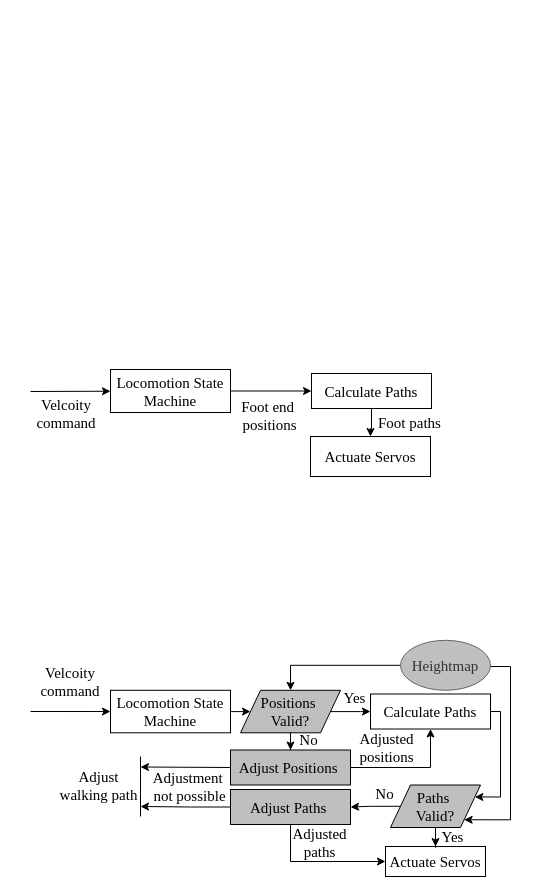
This is page "SysDiffBlock" (9 of 16) of figs/Diagrams.drawio from EpEpDragon/MThesis, a draw.io file, before an edit. Source tidied: cells renumbered, new cells numbered last; positions are measured from the earlier drawing's top-left corner, leaving out a move shared by most shapes. Both pictures are drawn from the tidied source at 100%, with x=0, y=0 at pixel (30, 369).
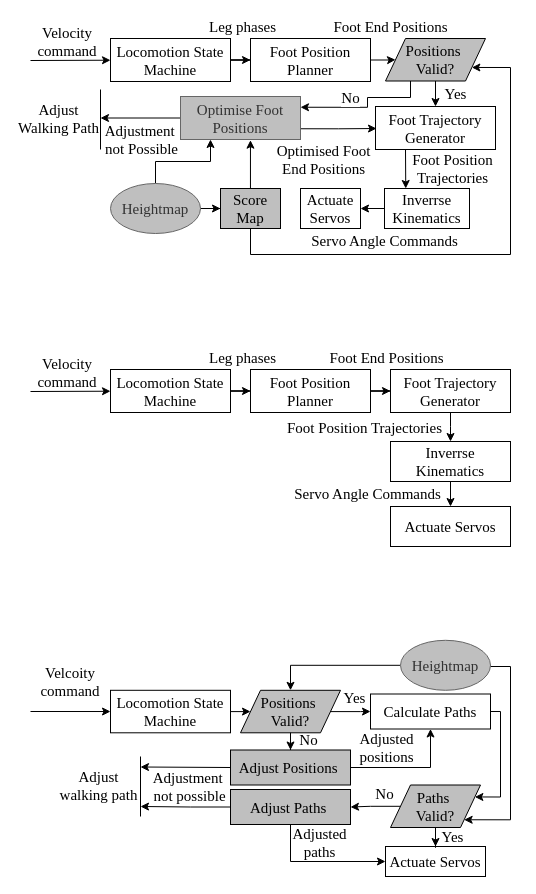
The same page after the edit.

The change refers to these unchanged cells:
```xml
<mxCell id="6" value="Locomotion State Machine" style="rounded=0;whiteSpace=wrap;html=1;align=center;verticalAlign=middle;fontFamily=Times New Roman;fontSize=15;fontColor=default;fillColor=none;gradientColor=none;" parent="1" vertex="1">
  <mxGeometry x="80" width="120" height="43" as="geometry" />
</mxCell>
```

The edit, as a diff of the source:
```diff
@@
-    <mxCell id="3" value="Velcoity command" style="text;html=1;align=center;verticalAlign=middle;whiteSpace=wrap;rounded=0;fontFamily=Times New Roman;fontSize=15;fontColor=default;" parent="1" vertex="1">
-      <mxGeometry x="6" y="29" width="60" height="30" as="geometry" />
+    <mxCell id="3" value="Velocity command" style="text;html=1;align=center;verticalAlign=middle;whiteSpace=wrap;rounded=0;fontFamily=Times New Roman;fontSize=15;fontColor=default;" parent="1" vertex="1">
+      <mxGeometry x="7" y="-12" width="60" height="30" as="geometry" />
     </mxCell>
-    <mxCell id="4" style="edgeStyle=orthogonalEdgeStyle;rounded=0;jettySize=auto;html=1;fontFamily=Times New Roman;fontSize=15;fontColor=default;" parent="1" edge="1" source="6" target="9">
-      <mxGeometry relative="1" as="geometry" />
-    </mxCell>
-    <mxCell id="5" value="Foot end&amp;nbsp;&lt;div&gt;positions&lt;/div&gt;" style="edgeLabel;html=1;align=center;verticalAlign=middle;rounded=0;fontFamily=Times New Roman;fontSize=15;fontColor=default;fillColor=none;gradientColor=none;" parent="4" vertex="1">
-      <mxGeometry x="0.28" relative="1" as="geometry">
-        <mxPoint x="-14" y="24" as="offset" />
-      </mxGeometry>
-    </mxCell>
+    <mxCell id="42" style="edgeStyle=orthogonalEdgeStyle;rounded=0;jettySize=auto;html=1;fontFamily=Times New Roman;fontSize=15;fontColor=default;" parent="1" edge="1" source="6" target="48">
+      <mxGeometry relative="1" as="geometry" />
+    </mxCell>
+    <mxCell id="43" value="Leg phases" style="edgeLabel;html=1;align=center;verticalAlign=middle;rounded=0;strokeColor=default;fontFamily=Times New Roman;fontSize=15;fontColor=default;fillColor=none;gradientColor=none;" parent="42" vertex="1">
+      <mxGeometry x="0.64" relative="1" as="geometry">
+        <mxPoint x="2" y="-34" as="offset" />
+      </mxGeometry>
+    </mxCell>
@@
-    <mxCell id="7" style="edgeStyle=orthogonalEdgeStyle;rounded=0;jettySize=auto;html=1;fontFamily=Times New Roman;fontSize=15;fontColor=default;" parent="1" edge="1" source="9" target="10">
-      <mxGeometry relative="1" as="geometry" />
-    </mxCell>
-    <mxCell id="8" value="Foot paths" style="edgeLabel;html=1;align=center;verticalAlign=middle;rounded=0;fontFamily=Times New Roman;fontSize=15;fontColor=default;fillColor=none;gradientColor=none;" parent="7" vertex="1">
-      <mxGeometry x="0.15" y="-1" relative="1" as="geometry">
-        <mxPoint x="38" y="-4" as="offset" />
-      </mxGeometry>
-    </mxCell>
-    <mxCell id="9" value="Calculate Paths" style="whiteSpace=wrap;html=1;fontSize=15;fontFamily=Times New Roman;fillColor=none;rounded=0;gradientColor=none;" parent="1" vertex="1">
-      <mxGeometry x="281" y="4" width="120" height="35" as="geometry" />
-    </mxCell>
+    <mxCell id="44" style="edgeStyle=orthogonalEdgeStyle;rounded=0;jettySize=auto;html=1;fontFamily=Times New Roman;fontSize=15;fontColor=default;" parent="1" edge="1" source="10" target="52">
+      <mxGeometry relative="1" as="geometry">
+        <Array as="points">
+          <mxPoint x="420" y="107" />
+          <mxPoint x="420" y="107" />
+        </Array>
+      </mxGeometry>
+    </mxCell>
+    <mxCell id="45" value="Servo Angle Commands" style="edgeLabel;html=1;align=center;verticalAlign=middle;rounded=0;strokeColor=default;fontFamily=Times New Roman;fontSize=15;fontColor=default;fillColor=none;gradientColor=none;" parent="44" vertex="1">
+      <mxGeometry x="-0.11" y="-1" relative="1" as="geometry">
+        <mxPoint x="-83" as="offset" />
+      </mxGeometry>
+    </mxCell>
-    <mxCell id="10" value="Actuate Servos" style="whiteSpace=wrap;html=1;fontSize=15;fontFamily=Times New Roman;fillColor=none;rounded=0;gradientColor=none;" parent="1" vertex="1">
-      <mxGeometry x="280" y="67" width="120" height="40" as="geometry" />
+    <mxCell id="10" value="Inverrse Kinematics" style="whiteSpace=wrap;html=1;fontSize=15;fontFamily=Times New Roman;fillColor=none;rounded=0;gradientColor=none;" parent="1" vertex="1">
+      <mxGeometry x="360" y="72" width="120" height="40" as="geometry" />
     </mxCell>
@@
+    <mxCell id="46" style="edgeStyle=orthogonalEdgeStyle;rounded=0;jettySize=auto;html=1;fontFamily=Times New Roman;fontSize=15;fontColor=default;" parent="1" edge="1" source="48" target="51">
+      <mxGeometry relative="1" as="geometry" />
+    </mxCell>
+    <mxCell id="47" value="Foot End Positions" style="edgeLabel;html=1;align=center;verticalAlign=middle;rounded=0;strokeColor=default;fontFamily=Times New Roman;fontSize=15;fontColor=default;fillColor=none;gradientColor=none;" parent="46" vertex="1">
+      <mxGeometry x="0.07" y="2" relative="1" as="geometry">
+        <mxPoint x="7" y="-36" as="offset" />
+      </mxGeometry>
+    </mxCell>
+    <mxCell id="48" value="Foot Position Planner" style="rounded=0;whiteSpace=wrap;html=1;align=center;verticalAlign=middle;fontFamily=Times New Roman;fontSize=15;fontColor=default;fillColor=none;gradientColor=none;" parent="1" vertex="1">
+      <mxGeometry x="220" width="120" height="43" as="geometry" />
+    </mxCell>
+    <mxCell id="49" style="edgeStyle=orthogonalEdgeStyle;rounded=0;jettySize=auto;html=1;fontFamily=Times New Roman;fontSize=15;fontColor=default;entryX=0.5;entryY=0;entryDx=0;entryDy=0;" parent="1" edge="1" source="51" target="10">
+      <mxGeometry relative="1" as="geometry">
+        <Array as="points">
+          <mxPoint x="420" y="57" />
+          <mxPoint x="420" y="57" />
+        </Array>
+      </mxGeometry>
+    </mxCell>
+    <mxCell id="50" value="Foot Position Trajectories" style="edgeLabel;html=1;align=center;verticalAlign=middle;rounded=0;strokeColor=default;fontFamily=Times New Roman;fontSize=15;fontColor=default;fillColor=none;gradientColor=none;" parent="49" vertex="1">
+      <mxGeometry x="-0.05" y="-1" relative="1" as="geometry">
+        <mxPoint x="-86" as="offset" />
+      </mxGeometry>
+    </mxCell>
+    <mxCell id="51" value="Foot Trajectory Generator" style="rounded=0;whiteSpace=wrap;html=1;align=center;verticalAlign=middle;fontFamily=Times New Roman;fontSize=15;fontColor=default;fillColor=none;gradientColor=none;" parent="1" vertex="1">
+      <mxGeometry x="360" width="120" height="43" as="geometry" />
+    </mxCell>
+    <mxCell id="52" value="Actuate Servos" style="whiteSpace=wrap;html=1;fontSize=15;fontFamily=Times New Roman;fillColor=none;rounded=0;gradientColor=none;" parent="1" vertex="1">
+      <mxGeometry x="360" y="137" width="120" height="40" as="geometry" />
+    </mxCell>
+    <mxCell id="53" style="endArrow=classic;html=1;rounded=0;" parent="1" edge="1" target="57">
+      <mxGeometry relative="1" as="geometry">
+        <mxPoint y="-309" as="sourcePoint" />
+      </mxGeometry>
+    </mxCell>
+    <mxCell id="54" value="Velocity command" style="text;html=1;align=center;verticalAlign=middle;whiteSpace=wrap;rounded=0;fontFamily=Times New Roman;fontSize=15;fontColor=default;" parent="1" vertex="1">
+      <mxGeometry x="7" y="-343" width="60" height="30" as="geometry" />
+    </mxCell>
+    <mxCell id="55" style="edgeStyle=orthogonalEdgeStyle;rounded=0;jettySize=auto;html=1;fontFamily=Times New Roman;fontSize=15;fontColor=default;" parent="1" edge="1" source="57" target="63">
+      <mxGeometry relative="1" as="geometry" />
+    </mxCell>
+    <mxCell id="56" value="Leg phases" style="edgeLabel;html=1;align=center;verticalAlign=middle;rounded=0;strokeColor=default;fontFamily=Times New Roman;fontSize=15;fontColor=default;fillColor=none;gradientColor=none;" parent="55" vertex="1">
+      <mxGeometry x="0.64" relative="1" as="geometry">
+        <mxPoint x="2" y="-34" as="offset" />
+      </mxGeometry>
+    </mxCell>
+    <mxCell id="57" value="Locomotion State Machine" style="rounded=0;whiteSpace=wrap;html=1;align=center;verticalAlign=middle;fontFamily=Times New Roman;fontSize=15;fontColor=default;fillColor=none;gradientColor=none;" parent="1" vertex="1">
+      <mxGeometry x="80" y="-331" width="120" height="43" as="geometry" />
+    </mxCell>
+    <mxCell id="58" style="edgeStyle=orthogonalEdgeStyle;rounded=0;jettySize=auto;html=1;fontFamily=Times New Roman;fontSize=15;fontColor=default;" parent="1" edge="1" source="60" target="67">
+      <mxGeometry relative="1" as="geometry" />
+    </mxCell>
+    <mxCell id="59" value="Servo Angle Commands" style="edgeLabel;html=1;align=center;verticalAlign=middle;rounded=0;strokeColor=default;fontFamily=Times New Roman;fontSize=15;fontColor=default;fillColor=none;gradientColor=none;" parent="58" vertex="1">
+      <mxGeometry x="0.35" y="1" relative="1" as="geometry">
+        <mxPoint x="5" y="30" as="offset" />
+      </mxGeometry>
+    </mxCell>
+    <mxCell id="60" value="Inverrse Kinematics" style="whiteSpace=wrap;html=1;fontSize=15;fontFamily=Times New Roman;fillColor=none;rounded=0;gradientColor=none;" parent="1" vertex="1">
+      <mxGeometry x="354" y="-181" width="85" height="40" as="geometry" />
+    </mxCell>
+    <mxCell id="61" style="edgeStyle=orthogonalEdgeStyle;rounded=0;jettySize=auto;html=1;fontFamily=Times New Roman;fontSize=15;fontColor=default;entryX=0;entryY=0.5;entryDx=0;entryDy=0;" parent="1" edge="1" source="63" target="72">
+      <mxGeometry relative="1" as="geometry" />
+    </mxCell>
+    <mxCell id="62" value="Foot End Positions" style="edgeLabel;html=1;align=center;verticalAlign=middle;rounded=0;strokeColor=default;fontFamily=Times New Roman;fontSize=15;fontColor=default;fillColor=none;gradientColor=none;" parent="61" vertex="1">
+      <mxGeometry x="0.07" y="2" relative="1" as="geometry">
+        <mxPoint x="6" y="-32" as="offset" />
+      </mxGeometry>
+    </mxCell>
+    <mxCell id="63" value="Foot Position Planner" style="rounded=0;whiteSpace=wrap;html=1;align=center;verticalAlign=middle;fontFamily=Times New Roman;fontSize=15;fontColor=default;fillColor=none;gradientColor=none;" parent="1" vertex="1">
+      <mxGeometry x="220" y="-331" width="120" height="43" as="geometry" />
+    </mxCell>
+    <mxCell id="64" style="edgeStyle=orthogonalEdgeStyle;rounded=0;jettySize=auto;html=1;fontFamily=Times New Roman;fontSize=15;fontColor=default;entryX=0.25;entryY=0;entryDx=0;entryDy=0;exitX=0.25;exitY=1;exitDx=0;exitDy=0;" parent="1" edge="1" source="66" target="60">
+      <mxGeometry relative="1" as="geometry" />
+    </mxCell>
+    <mxCell id="65" value="Foot Position&lt;div&gt;Trajectories&lt;/div&gt;" style="edgeLabel;html=1;align=center;verticalAlign=middle;rounded=0;strokeColor=default;fontFamily=Times New Roman;fontSize=15;fontColor=default;fillColor=none;gradientColor=none;" parent="64" vertex="1">
+      <mxGeometry x="-0.05" y="-1" relative="1" as="geometry">
+        <mxPoint x="47" y="-1" as="offset" />
+      </mxGeometry>
+    </mxCell>
+    <mxCell id="66" value="Foot Trajectory Generator" style="rounded=0;whiteSpace=wrap;html=1;align=center;verticalAlign=middle;fontFamily=Times New Roman;fontSize=15;fontColor=default;fillColor=none;gradientColor=none;" parent="1" vertex="1">
+      <mxGeometry x="345" y="-263" width="120" height="43" as="geometry" />
+    </mxCell>
+    <mxCell id="67" value="Actuate Servos" style="whiteSpace=wrap;html=1;fontSize=15;fontFamily=Times New Roman;fillColor=none;rounded=0;gradientColor=none;" parent="1" vertex="1">
+      <mxGeometry x="270" y="-181" width="60" height="40" as="geometry" />
+    </mxCell>
+    <mxCell id="68" style="edgeStyle=orthogonalEdgeStyle;rounded=0;jettySize=auto;html=1;fontFamily=Times New Roman;fontSize=15;fontColor=default;" parent="1" edge="1" source="72" target="66">
+      <mxGeometry relative="1" as="geometry" />
+    </mxCell>
+    <mxCell id="69" value="Yes" style="edgeLabel;html=1;align=center;verticalAlign=middle;rounded=0;strokeColor=default;fontFamily=Times New Roman;fontSize=15;fontColor=default;fillColor=none;gradientColor=none;" parent="68" vertex="1">
+      <mxGeometry x="-0.8" y="1" relative="1" as="geometry">
+        <mxPoint x="18" y="7" as="offset" />
+      </mxGeometry>
+    </mxCell>
+    <mxCell id="70" style="edgeStyle=orthogonalEdgeStyle;rounded=0;jettySize=auto;html=1;exitX=0.25;exitY=1;exitDx=0;exitDy=0;entryX=1;entryY=0.25;entryDx=0;entryDy=0;fontFamily=Times New Roman;fontSize=15;fontColor=default;" parent="1" edge="1" source="72" target="77">
+      <mxGeometry relative="1" as="geometry">
+        <Array as="points">
+          <mxPoint x="380" y="-272" />
+          <mxPoint x="337" y="-272" />
+          <mxPoint x="337" y="-262" />
+        </Array>
+      </mxGeometry>
+    </mxCell>
+    <mxCell id="71" value="No" style="edgeLabel;html=1;align=center;verticalAlign=middle;rounded=0;strokeColor=default;fontFamily=Times New Roman;fontSize=15;fontColor=default;fillColor=none;gradientColor=none;" parent="70" vertex="1">
+      <mxGeometry x="-0.45" y="1" relative="1" as="geometry">
+        <mxPoint x="-40" y="-2" as="offset" />
+      </mxGeometry>
+    </mxCell>
+    <mxCell id="72" value="Positions&amp;nbsp;&lt;div&gt;Valid?&lt;/div&gt;" style="shape=parallelogram;perimeter=parallelogramPerimeter;whiteSpace=wrap;html=1;fixedSize=1;fontSize=15;fontFamily=Times New Roman;fillColor=#BFBFBF;rounded=0;gradientColor=none;" parent="1" vertex="1">
+      <mxGeometry x="355" y="-331" width="100" height="42.5" as="geometry" />
+    </mxCell>
+    <mxCell id="73" style="edgeStyle=orthogonalEdgeStyle;rounded=0;jettySize=auto;html=1;exitX=1;exitY=0.75;exitDx=0;exitDy=0;fontFamily=Times New Roman;fontSize=15;fontColor=default;" parent="1" edge="1" source="77">
+      <mxGeometry relative="1" as="geometry">
+        <mxPoint x="346" y="-241" as="targetPoint" />
+      </mxGeometry>
+    </mxCell>
+    <mxCell id="74" value="Optimised Foot&lt;div&gt;End Positions&lt;/div&gt;" style="edgeLabel;html=1;align=center;verticalAlign=middle;rounded=0;strokeColor=default;fontFamily=Times New Roman;fontSize=15;fontColor=default;fillColor=none;gradientColor=none;labelBackgroundColor=none;" parent="73" vertex="1">
+      <mxGeometry x="-0.09" relative="1" as="geometry">
+        <mxPoint x="-12" y="30" as="offset" />
+      </mxGeometry>
+    </mxCell>
+    <mxCell id="75" style="edgeStyle=orthogonalEdgeStyle;rounded=0;jettySize=auto;html=1;exitX=0;exitY=0.5;exitDx=0;exitDy=0;fontFamily=Times New Roman;fontSize=15;fontColor=default;" parent="1" edge="1" source="77">
+      <mxGeometry relative="1" as="geometry">
+        <mxPoint x="70" y="-251.5" as="targetPoint" />
+      </mxGeometry>
+    </mxCell>
+    <mxCell id="76" value="Adjustment&amp;nbsp;&lt;div&gt;not Possible&lt;/div&gt;" style="edgeLabel;html=1;align=center;verticalAlign=middle;rounded=0;strokeColor=default;fontFamily=Times New Roman;fontSize=15;fontColor=default;fillColor=none;gradientColor=none;labelBackgroundColor=none;" parent="75" vertex="1">
+      <mxGeometry x="-0.56" y="-2" relative="1" as="geometry">
+        <mxPoint x="-22" y="23" as="offset" />
+      </mxGeometry>
+    </mxCell>
+    <mxCell id="77" value="Optimise Foot Positions" style="rounded=0;whiteSpace=wrap;html=1;align=center;verticalAlign=middle;fontFamily=Times New Roman;fontSize=15;fontColor=#333333;fillColor=#BFBFBF;strokeColor=#666666;" parent="1" vertex="1">
+      <mxGeometry x="150" y="-273" width="120" height="43" as="geometry" />
+    </mxCell>
+    <mxCell id="78" style="endArrow=none;html=1;rounded=0;fontFamily=Times New Roman;fontSize=15;fontColor=default;" parent="1" edge="1">
+      <mxGeometry relative="1" as="geometry">
+        <mxPoint x="70" y="-220" as="sourcePoint" />
+        <mxPoint x="70" y="-280" as="targetPoint" />
+      </mxGeometry>
+    </mxCell>
+    <mxCell id="79" value="Adjust&lt;div&gt;Walking Path&lt;/div&gt;" style="edgeLabel;html=1;align=center;verticalAlign=middle;rounded=0;fontFamily=Times New Roman;fontSize=15;fontColor=default;fillColor=none;gradientColor=none;" parent="78" vertex="1">
+      <mxGeometry x="-0.09" relative="1" as="geometry">
+        <mxPoint x="-43" y="-5" as="offset" />
+      </mxGeometry>
+    </mxCell>
+    <mxCell id="80" style="edgeStyle=orthogonalEdgeStyle;rounded=0;jettySize=auto;html=1;entryX=0.25;entryY=1;entryDx=0;entryDy=0;fontFamily=Times New Roman;fontSize=15;fontColor=default;" parent="1" edge="1" source="82" target="77">
+      <mxGeometry relative="1" as="geometry" />
+    </mxCell>
+    <mxCell id="81" style="edgeStyle=orthogonalEdgeStyle;rounded=0;jettySize=auto;html=1;fontFamily=Times New Roman;fontSize=15;fontColor=default;" parent="1" edge="1" source="82" target="84">
+      <mxGeometry relative="1" as="geometry" />
+    </mxCell>
+    <mxCell id="82" value="Heightmap" style="ellipse;whiteSpace=wrap;html=1;rounded=0;align=center;verticalAlign=middle;fontFamily=Times New Roman;fontSize=15;fontColor=#333333;fillColor=#BFBFBF;strokeColor=#666666;" parent="1" vertex="1">
+      <mxGeometry x="80" y="-186" width="90" height="50" as="geometry" />
+    </mxCell>
+    <mxCell id="83" style="edgeStyle=orthogonalEdgeStyle;rounded=0;jettySize=auto;html=1;entryX=1;entryY=0.75;entryDx=0;entryDy=0;fontFamily=Times New Roman;fontSize=15;fontColor=default;" parent="1" edge="1" source="84" target="72">
+      <mxGeometry relative="1" as="geometry">
+        <Array as="points">
+          <mxPoint x="220" y="-115" />
+          <mxPoint x="480" y="-115" />
+          <mxPoint x="480" y="-302" />
+        </Array>
+      </mxGeometry>
+    </mxCell>
+    <mxCell id="84" value="Score Map" style="whiteSpace=wrap;html=1;fontSize=15;fontFamily=Times New Roman;fillColor=#BFBFBF;rounded=0;gradientColor=none;" parent="1" vertex="1">
+      <mxGeometry x="190" y="-181" width="60" height="40" as="geometry" />
+    </mxCell>
+    <mxCell id="85" style="edgeStyle=orthogonalEdgeStyle;rounded=0;jettySize=auto;html=1;entryX=0.583;entryY=1.016;entryDx=0;entryDy=0;entryPerimeter=0;fontFamily=Times New Roman;fontSize=15;fontColor=default;" parent="1" edge="1" source="84" target="77">
+      <mxGeometry relative="1" as="geometry" />
+    </mxCell>
```
